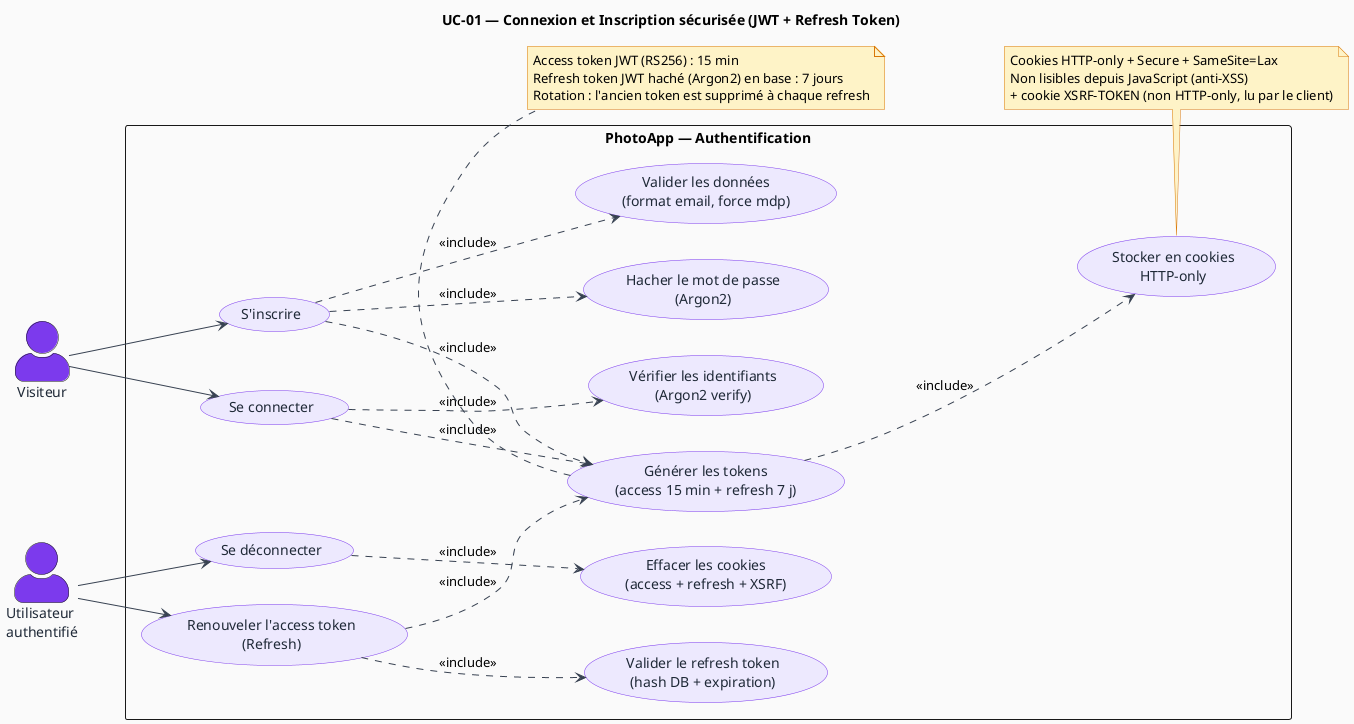
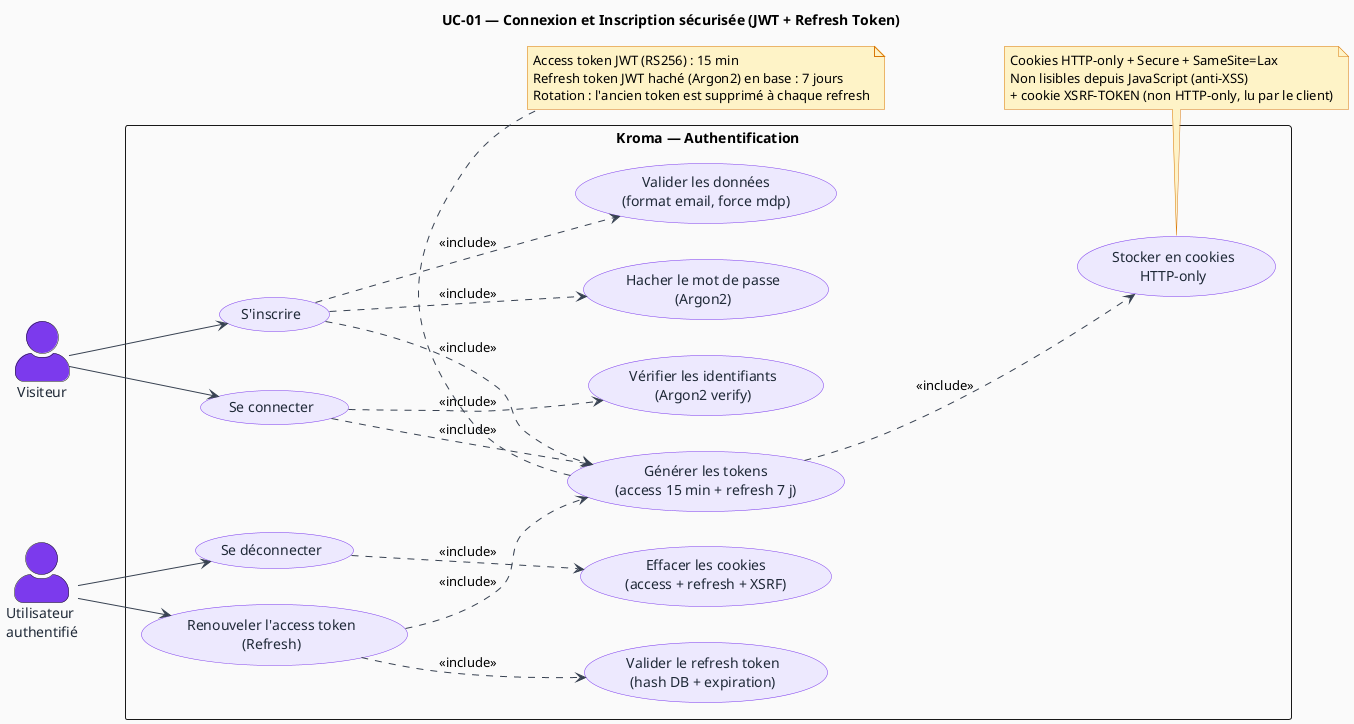
@startuml UC-01 — Connexion et Inscription sécurisée

title UC-01 — Connexion et Inscription sécurisée (JWT + Refresh Token)

left to right direction

skinparam actorStyle awesome
skinparam backgroundColor #FAFAFA
skinparam usecase {
  BackgroundColor #EDE9FE
  BorderColor #7C3AED
  FontColor #1F2937
}
skinparam actor {
  BackgroundColor #7C3AED
  FontColor #1F2937
}
skinparam arrow {
  Color #374151
}
skinparam note {
  BackgroundColor #FEF3C7
  BorderColor #D97706
}

actor "Visiteur" as Visiteur
actor "Utilisateur\nauthentifié" as User

- rectangle "PhotoApp — Authentification" {
+ rectangle "Kroma — Authentification" {

  usecase "S'inscrire" as UC_Register
  usecase "Se connecter" as UC_Login
  usecase "Se déconnecter" as UC_Logout
  usecase "Renouveler l'access token\n(Refresh)" as UC_Refresh

  usecase "Valider les données\n(format email, force mdp)" as UC_Validate
  usecase "Hacher le mot de passe\n(Argon2)" as UC_Hash
  usecase "Vérifier les identifiants\n(Argon2 verify)" as UC_VerifyCredentials
  usecase "Générer les tokens\n(access 15 min + refresh 7 j)" as UC_GenerateTokens
  usecase "Stocker en cookies\nHTTP-only" as UC_StoreTokens
  usecase "Valider le refresh token\n(hash DB + expiration)" as UC_ValidateRefresh
  usecase "Effacer les cookies\n(access + refresh + XSRF)" as UC_ClearCookies

}

Visiteur --> UC_Register
Visiteur --> UC_Login
User    --> UC_Logout
User    --> UC_Refresh

UC_Register ..> UC_Validate          : <<include>>
UC_Register ..> UC_Hash              : <<include>>
UC_Register ..> UC_GenerateTokens    : <<include>>

UC_Login    ..> UC_VerifyCredentials : <<include>>
UC_Login    ..> UC_GenerateTokens    : <<include>>

UC_GenerateTokens ..> UC_StoreTokens : <<include>>

UC_Refresh  ..> UC_ValidateRefresh   : <<include>>
UC_Refresh  ..> UC_GenerateTokens    : <<include>>

UC_Logout   ..> UC_ClearCookies      : <<include>>

note bottom of UC_GenerateTokens
  Access token JWT (RS256) : 15 min
  Refresh token JWT haché (Argon2) en base : 7 jours
  Rotation : l'ancien token est supprimé à chaque refresh
end note

note bottom of UC_StoreTokens
  Cookies HTTP-only + Secure + SameSite=Lax
  Non lisibles depuis JavaScript (anti-XSS)
  + cookie XSRF-TOKEN (non HTTP-only, lu par le client)
end note

@enduml
